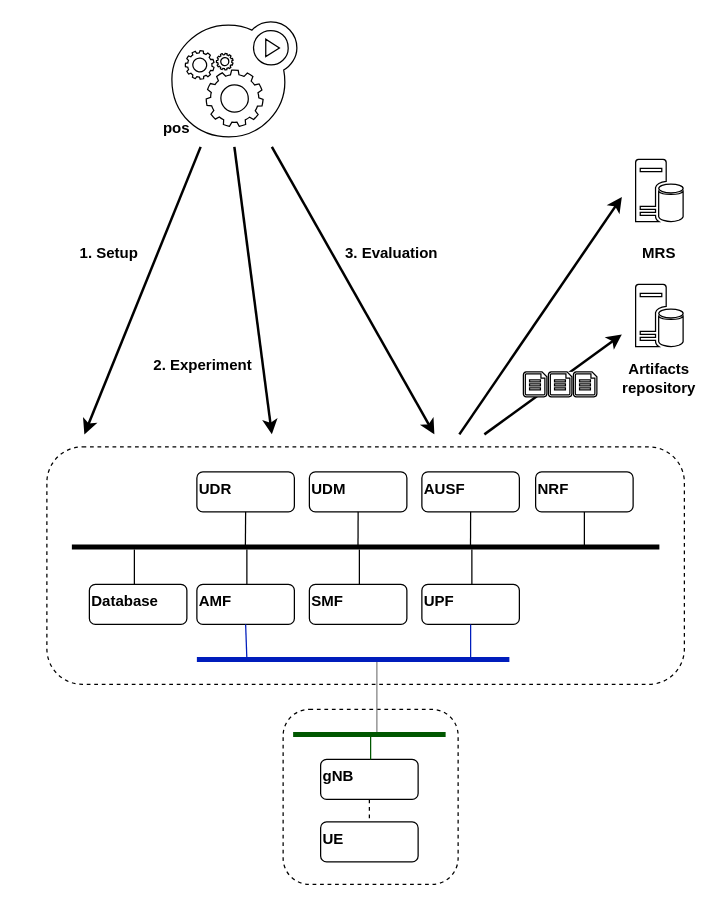
This is images/workflow.drawio from dsaucez/blueprint, a draw.io file, before an edit. Source tidied: cells renumbered, new cells numbered last; positions are measured from the earlier drawing's top-left corner, leaving out a move shared by most shapes. Both pictures are drawn from the tidied source at 125%, with x=0, y=0 at pixel (46, 21).
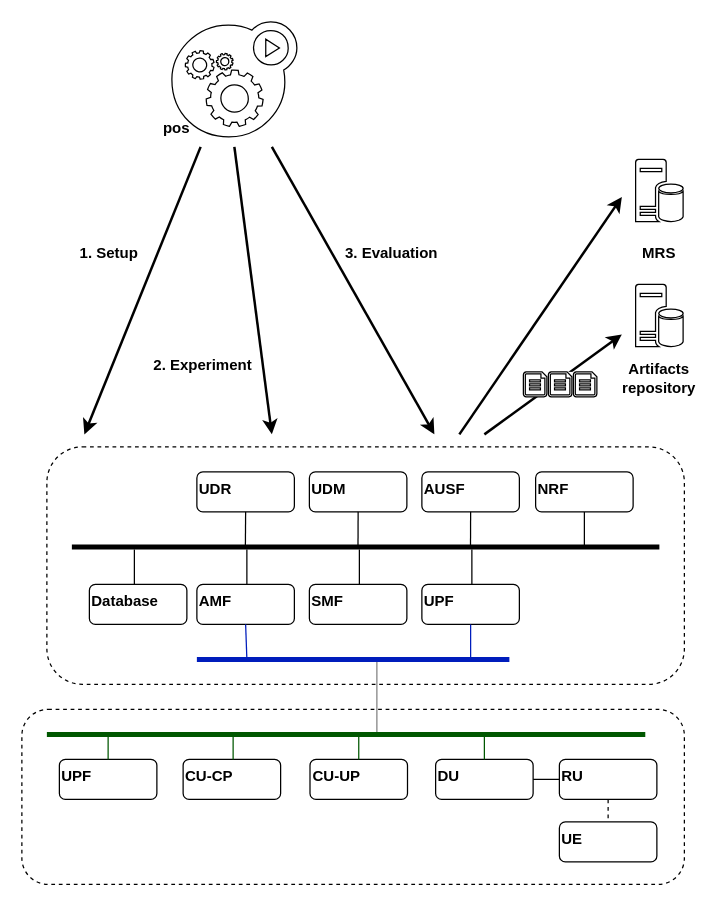
The same page after the edit.

Diff of the diagram source:
```diff
@@
-    <mxCell id="34" value="&lt;b&gt;gNB&lt;/b&gt;" style="rounded=1;whiteSpace=wrap;html=1;strokeColor=#000000;strokeWidth=1;fontColor=#000000;fillColor=none;align=left;verticalAlign=top;" parent="1" vertex="1">
-      <mxGeometry x="219" y="590" width="78" height="32" as="geometry" />
-    </mxCell>
-    <mxCell id="35" value="&lt;b&gt;UE&lt;/b&gt;" style="rounded=1;whiteSpace=wrap;html=1;strokeColor=#000000;strokeWidth=1;fontColor=#000000;fillColor=none;align=left;verticalAlign=top;" parent="1" vertex="1">
-      <mxGeometry x="219" y="640" width="78" height="32" as="geometry" />
-    </mxCell>
-    <mxCell id="36" style="edgeStyle=none;html=1;strokeColor=#000000;strokeWidth=1;fontColor=#000000;endArrow=none;endFill=0;exitX=0.5;exitY=1;exitDx=0;exitDy=0;entryX=0.5;entryY=0;entryDx=0;entryDy=0;dashed=1;" parent="1" edge="1" source="34" target="35">
-      <mxGeometry relative="1" as="geometry" />
-    </mxCell>
@@
-    <mxCell id="39" style="rounded=1;whiteSpace=wrap;html=1;strokeColor=#000000;strokeWidth=1;fontColor=#000000;fillColor=none;align=center;verticalAlign=top;dashed=1;" parent="1" vertex="1">
-      <mxGeometry x="189" y="550" width="140" height="140" as="geometry" />
-    </mxCell>
-    <mxCell id="40" style="edgeStyle=none;html=1;strokeColor=#005700;strokeWidth=1;fontColor=#000000;endArrow=none;endFill=0;fillColor=#008a00;" parent="1" edge="1">
-      <mxGeometry relative="1" as="geometry">
-        <mxPoint x="259" y="570" as="sourcePoint" />
-        <mxPoint x="259" y="590" as="targetPoint" />
-      </mxGeometry>
-    </mxCell>
@@
-    <mxCell id="43" style="endArrow=none;html=1;fontColor=#000000;strokeWidth=4;strokeColor=#005700;fillColor=#008a00;" parent="1" edge="1">
-      <mxGeometry relative="1" as="geometry">
-        <mxPoint x="319" y="570" as="sourcePoint" />
-        <mxPoint x="197" y="570" as="targetPoint" />
-      </mxGeometry>
-    </mxCell>
@@
+    <mxCell id="50" style="rounded=1;whiteSpace=wrap;html=1;strokeColor=#000000;strokeWidth=1;fontColor=#000000;fillColor=none;align=center;verticalAlign=top;dashed=1;" parent="1" vertex="1">
+      <mxGeometry x="-20" y="550" width="530" height="140" as="geometry" />
+    </mxCell>
+    <mxCell id="51" value="&lt;b&gt;CU-CP&lt;/b&gt;" style="rounded=1;whiteSpace=wrap;html=1;strokeColor=#000000;strokeWidth=1;fontColor=#000000;fillColor=none;align=left;verticalAlign=top;" parent="1" vertex="1">
+      <mxGeometry x="109" y="590" width="78" height="32" as="geometry" />
+    </mxCell>
+    <mxCell id="35" value="&lt;b&gt;UE&lt;/b&gt;" style="rounded=1;whiteSpace=wrap;html=1;strokeColor=#000000;strokeWidth=1;fontColor=#000000;fillColor=none;align=left;verticalAlign=top;" parent="1" vertex="1">
+      <mxGeometry x="410" y="640" width="78" height="32" as="geometry" />
+    </mxCell>
+    <mxCell id="52" style="edgeStyle=none;html=1;strokeColor=#000000;strokeWidth=1;fontColor=#000000;endArrow=none;endFill=0;exitX=0.5;exitY=1;exitDx=0;exitDy=0;entryX=0.5;entryY=0;entryDx=0;entryDy=0;dashed=1;" parent="1" edge="1" source="61" target="35">
+      <mxGeometry relative="1" as="geometry" />
+    </mxCell>
+    <mxCell id="53" style="edgeStyle=none;html=1;strokeColor=#005700;strokeWidth=1;fontColor=#000000;endArrow=none;endFill=0;fillColor=#008a00;" parent="1" edge="1">
+      <mxGeometry relative="1" as="geometry">
+        <mxPoint x="149" y="570" as="sourcePoint" />
+        <mxPoint x="149" y="590" as="targetPoint" />
+      </mxGeometry>
+    </mxCell>
+    <mxCell id="54" style="endArrow=none;html=1;fontColor=#000000;strokeWidth=4;strokeColor=#005700;fillColor=#008a00;exitX=0.941;exitY=0.143;exitDx=0;exitDy=0;exitPerimeter=0;" parent="1" edge="1" source="50">
+      <mxGeometry relative="1" as="geometry">
+        <mxPoint y="570" as="targetPoint" />
+      </mxGeometry>
+    </mxCell>
+    <mxCell id="55" value="&lt;b&gt;CU-UP&lt;/b&gt;" style="rounded=1;whiteSpace=wrap;html=1;strokeColor=#000000;strokeWidth=1;fontColor=#000000;fillColor=none;align=left;verticalAlign=top;" parent="1" vertex="1">
+      <mxGeometry x="210.5" y="590" width="78" height="32" as="geometry" />
+    </mxCell>
+    <mxCell id="56" value="&lt;b&gt;DU&lt;/b&gt;" style="rounded=1;whiteSpace=wrap;html=1;strokeColor=#000000;strokeWidth=1;fontColor=#000000;fillColor=none;align=left;verticalAlign=top;" parent="1" vertex="1">
+      <mxGeometry x="311" y="590" width="78" height="32" as="geometry" />
+    </mxCell>
+    <mxCell id="57" style="edgeStyle=none;html=1;strokeColor=#005700;strokeWidth=1;fontColor=#000000;endArrow=none;endFill=0;fillColor=#008a00;entryX=0.5;entryY=0;entryDx=0;entryDy=0;" parent="1" edge="1" target="55">
+      <mxGeometry relative="1" as="geometry">
+        <mxPoint x="249.5" y="570" as="sourcePoint" />
+      </mxGeometry>
+    </mxCell>
+    <mxCell id="58" style="edgeStyle=none;html=1;strokeColor=#005700;strokeWidth=1;fontColor=#000000;endArrow=none;endFill=0;fillColor=#008a00;entryX=0.5;entryY=0;entryDx=0;entryDy=0;" parent="1" edge="1" target="56">
+      <mxGeometry relative="1" as="geometry">
+        <mxPoint x="350" y="570" as="sourcePoint" />
+      </mxGeometry>
+    </mxCell>
+    <mxCell id="59" value="&lt;b&gt;UPF&lt;/b&gt;" style="rounded=1;whiteSpace=wrap;html=1;strokeColor=#000000;strokeWidth=1;fontColor=#000000;fillColor=none;align=left;verticalAlign=top;" parent="1" vertex="1">
+      <mxGeometry x="10" y="590" width="78" height="32" as="geometry" />
+    </mxCell>
+    <mxCell id="60" style="edgeStyle=none;html=1;strokeColor=#005700;strokeWidth=1;fontColor=#000000;endArrow=none;endFill=0;fillColor=#008a00;entryX=0.5;entryY=0;entryDx=0;entryDy=0;" parent="1" edge="1" target="59">
+      <mxGeometry relative="1" as="geometry">
+        <mxPoint x="49" y="570" as="sourcePoint" />
+      </mxGeometry>
+    </mxCell>
+    <mxCell id="61" value="&lt;b&gt;RU&lt;/b&gt;" style="rounded=1;whiteSpace=wrap;html=1;strokeColor=#000000;strokeWidth=1;fontColor=#000000;fillColor=none;align=left;verticalAlign=top;" parent="1" vertex="1">
+      <mxGeometry x="410" y="590" width="78" height="32" as="geometry" />
+    </mxCell>
+    <mxCell id="62" style="edgeStyle=none;html=1;strokeColor=#000000;strokeWidth=1;fontColor=#000000;endArrow=none;endFill=0;fillColor=#008a00;entryX=0;entryY=0.5;entryDx=0;entryDy=0;exitX=1;exitY=0.5;exitDx=0;exitDy=0;" parent="1" edge="1" source="56" target="61">
+      <mxGeometry relative="1" as="geometry" />
+    </mxCell>
```
